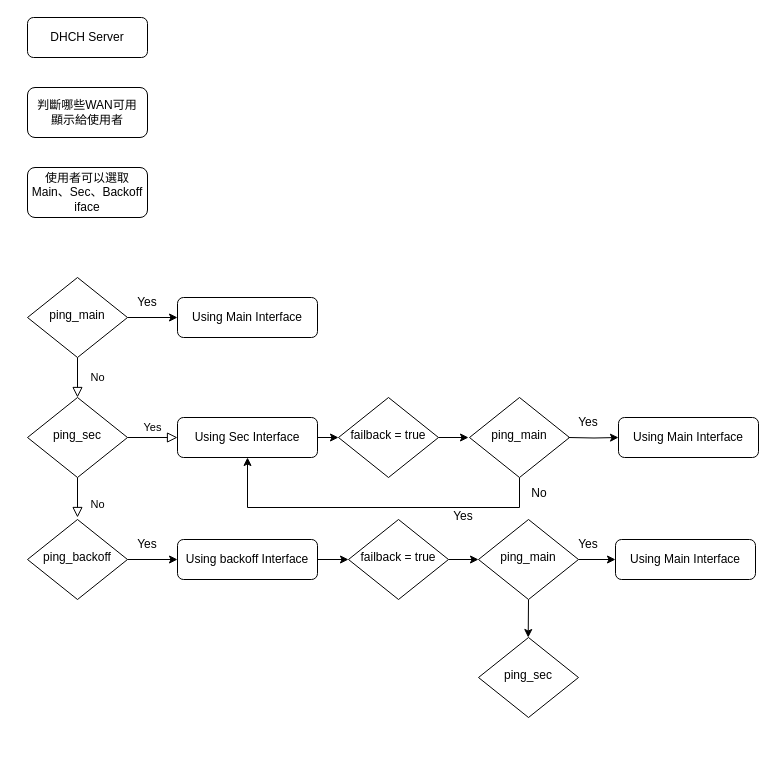
Before: 未命名绘图.drawio in P0oxox/linux_bridge_PR, a draw.io diagram. Source tidied: cells renumbered, new cells numbered last; positions are measured from the earlier drawing's top-left corner, leaving out a move shared by most shapes. Both pictures are drawn from the tidied source at 100%, with x=0, y=0 at pixel (27, 17).
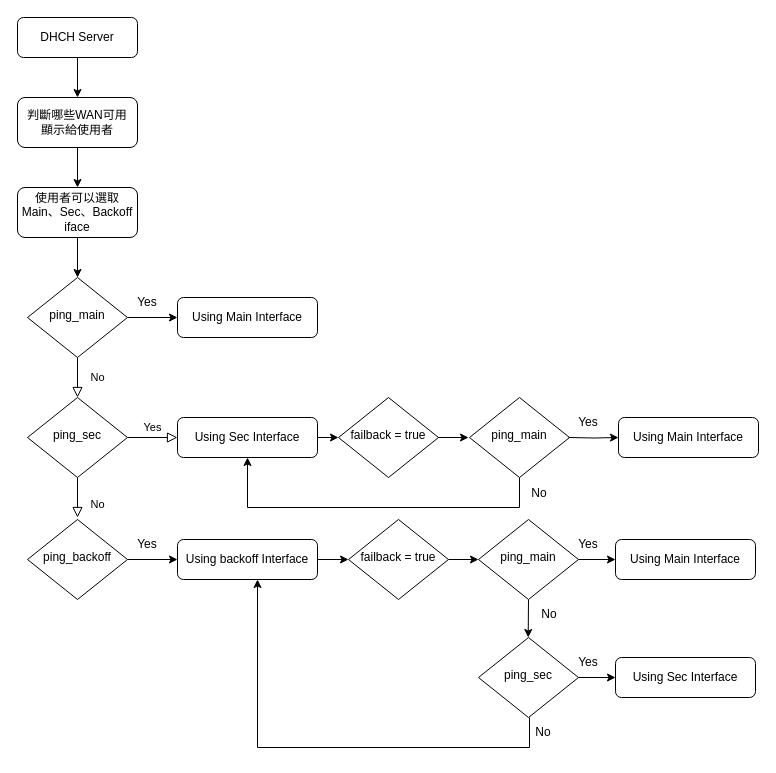
The same diagram, later.

Commit message:
更新未命名绘图.drawio

The change refers to these unchanged cells:
```xml
<mxCell id="5" value="ping_main" style="rhombus;whiteSpace=wrap;html=1;shadow=0;fontFamily=Helvetica;fontSize=12;align=center;strokeWidth=1;spacing=6;spacingTop=-4;" parent="1" vertex="1">
  <mxGeometry y="260" width="100" height="80" as="geometry" />
</mxCell>
<mxCell id="16" value="Using backoff Interface" style="rounded=1;whiteSpace=wrap;html=1;fontSize=12;glass=0;strokeWidth=1;shadow=0;" parent="1" vertex="1">
  <mxGeometry x="150" y="522" width="140" height="40" as="geometry" />
</mxCell>
```

What changed in the source:
```diff
@@
+    <mxCell id="37" style="edgeStyle=orthogonalEdgeStyle;rounded=0;jettySize=auto;html=1;exitX=0.5;exitY=1;exitDx=0;exitDy=0;entryX=0.5;entryY=0;entryDx=0;entryDy=0;" parent="1" edge="1" source="2" target="22">
+      <mxGeometry relative="1" as="geometry" />
+    </mxCell>
     <mxCell id="2" value="DHCH Server" style="rounded=1;whiteSpace=wrap;html=1;fontSize=12;glass=0;strokeWidth=1;shadow=0;" parent="1" vertex="1">
-      <mxGeometry width="120" height="40" as="geometry" />
+      <mxGeometry x="-10" width="120" height="40" as="geometry" />
     </mxCell>
@@
     <mxCell id="22" value="判斷哪些WAN可用&lt;br&gt;顯示給使用者" style="rounded=1;whiteSpace=wrap;html=1;" parent="1" vertex="1">
-      <mxGeometry y="70" width="120" height="50" as="geometry" />
+      <mxGeometry x="-10" y="80" width="120" height="50" as="geometry" />
     </mxCell>
+    <mxCell id="38" style="edgeStyle=orthogonalEdgeStyle;rounded=0;jettySize=auto;html=1;exitX=0.5;exitY=1;exitDx=0;exitDy=0;entryX=0.5;entryY=0;entryDx=0;entryDy=0;" parent="1" edge="1" source="23" target="5">
+      <mxGeometry relative="1" as="geometry" />
+    </mxCell>
     <mxCell id="23" value="使用者可以選取&lt;br&gt;Main、Sec、Backoff&lt;br&gt;iface" style="rounded=1;whiteSpace=wrap;html=1;" parent="1" vertex="1">
-      <mxGeometry y="150" width="120" height="50" as="geometry" />
+      <mxGeometry x="-10" y="170" width="120" height="50" as="geometry" />
     </mxCell>
@@
-    <mxCell id="26" value="Yes" style="text;html=1;strokeColor=none;fillColor=none;align=center;verticalAlign=middle;whiteSpace=wrap;rounded=0;" parent="1" vertex="1">
-      <mxGeometry x="421" y="495" width="30" height="7" as="geometry" />
-    </mxCell>
@@
+    <mxCell id="39" value="No" style="text;html=1;strokeColor=none;fillColor=none;align=center;verticalAlign=middle;whiteSpace=wrap;rounded=0;" parent="1" vertex="1">
+      <mxGeometry x="507" y="582" width="30" height="30" as="geometry" />
+    </mxCell>
+    <mxCell id="40" value="&lt;br&gt;&lt;br&gt;" style="edgeStyle=orthogonalEdgeStyle;rounded=0;jettySize=auto;html=1;exitX=1;exitY=0.5;exitDx=0;exitDy=0;entryX=0;entryY=0.5;entryDx=0;entryDy=0;" parent="1" edge="1" target="41">
+      <mxGeometry relative="1" as="geometry">
+        <mxPoint x="551" y="660" as="sourcePoint" />
+      </mxGeometry>
+    </mxCell>
+    <mxCell id="41" value="Using Sec Interface" style="rounded=1;whiteSpace=wrap;html=1;fontSize=12;glass=0;strokeWidth=1;shadow=0;" parent="1" vertex="1">
+      <mxGeometry x="588" y="640" width="140" height="40" as="geometry" />
+    </mxCell>
+    <mxCell id="26" value="Yes" style="text;html=1;strokeColor=none;fillColor=none;align=center;verticalAlign=middle;whiteSpace=wrap;rounded=0;" parent="1" vertex="1">
+      <mxGeometry x="531" y="635" width="60" height="20" as="geometry" />
+    </mxCell>
+    <mxCell id="42" style="edgeStyle=orthogonalEdgeStyle;rounded=0;jettySize=auto;html=1;exitX=0.5;exitY=1;exitDx=0;exitDy=0;" parent="1" edge="1" target="16">
+      <mxGeometry relative="1" as="geometry">
+        <mxPoint x="502" y="700" as="sourcePoint" />
+        <Array as="points">
+          <mxPoint x="502" y="730" />
+          <mxPoint x="230" y="730" />
+        </Array>
+      </mxGeometry>
+    </mxCell>
+    <mxCell id="43" value="No" style="text;html=1;strokeColor=none;fillColor=none;align=center;verticalAlign=middle;whiteSpace=wrap;rounded=0;" parent="1" vertex="1">
+      <mxGeometry x="501" y="700" width="30" height="29" as="geometry" />
+    </mxCell>
+    <mxCell id="44" style="endArrow=classic;html=1;rounded=0;exitX=0.5;exitY=1;exitDx=0;exitDy=0;entryX=0.5;entryY=0;entryDx=0;entryDy=0;" parent="1" edge="1" source="22" target="23">
+      <mxGeometry relative="1" as="geometry" />
+    </mxCell>
```
